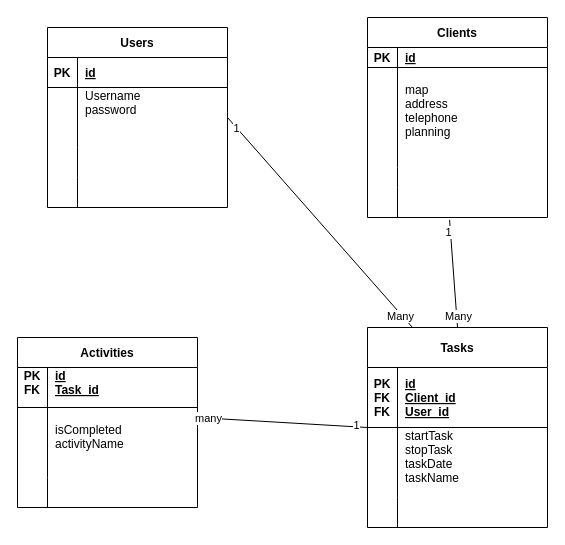
BramAStevens/Educom-ZAPP keeps this draw.io diagram as Untitled Diagram.drawio. Above is the earlier version. Source tidied: cells renumbered, new cells numbered last; positions are measured from the earlier drawing's top-left corner, leaving out a move shared by most shapes. Both pictures are drawn from the tidied source at 100%, with x=0, y=0 at pixel (17, 17).
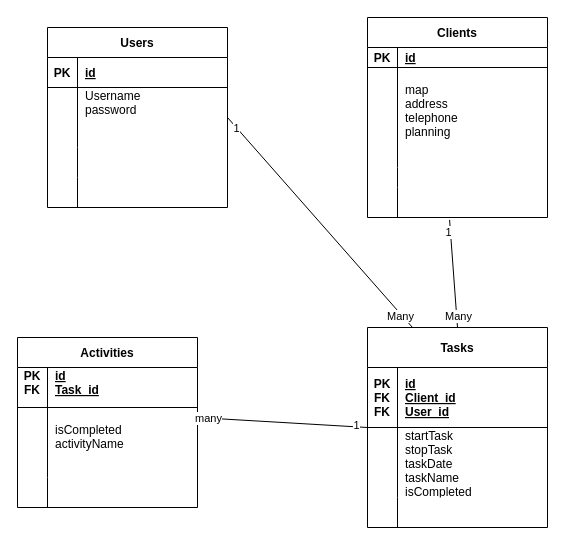
The same page after the edit.

The change refers to these unchanged cells:
```xml
<mxCell id="42" style="shape=partialRectangle;fillColor=none;top=0;left=0;bottom=0;right=0;" parent="38" vertex="1">
  <mxGeometry y="100" width="180" height="70" as="geometry" />
</mxCell>
```

What changed in the source:
```diff
@@
-    <mxCell id="44" value="startTask&#10;stopTask&#10;taskDate&#10;taskName&#10;&#10;&#10;&#10;&#10;&#10;&#10;" style="shape=partialRectangle;fillColor=none;top=0;left=0;bottom=0;right=0;align=left;spacingLeft=6;overflow=hidden;" parent="42" vertex="1">
+    <mxCell id="44" value="startTask&#10;stopTask&#10;taskDate&#10;taskName&#10;isCompleted&#10;&#10;&#10;&#10;&#10;&#10;&#10;" style="shape=partialRectangle;fillColor=none;top=0;left=0;bottom=0;right=0;align=left;spacingLeft=6;overflow=hidden;" parent="42" vertex="1">
       <mxGeometry x="30" width="150" height="70" as="geometry" />
     </mxCell>
```
